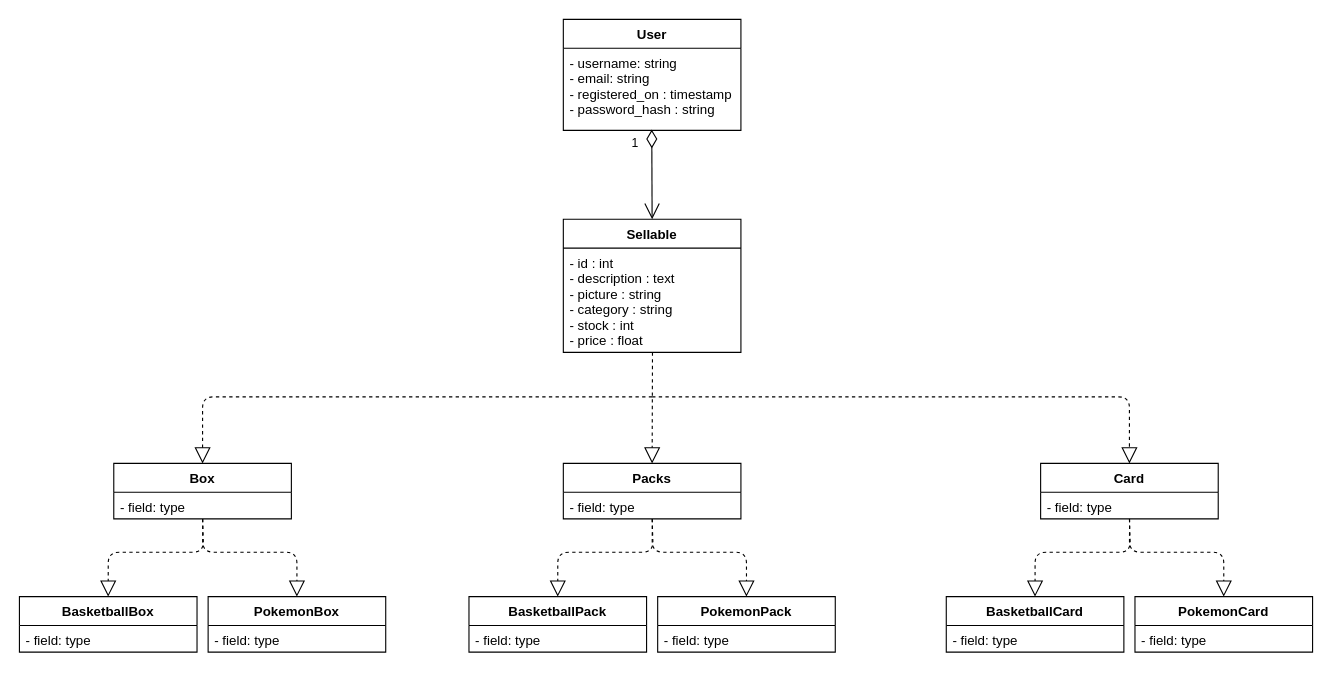
This is app/cabronis.drawio from victortrinh/cabronis-be, a draw.io file, before an edit. Source tidied: cells renumbered, new cells numbered last; positions are measured from the earlier drawing's top-left corner, leaving out a move shared by most shapes. Both pictures are drawn from the tidied source at 111%, with x=0, y=0 at pixel (19, 19).
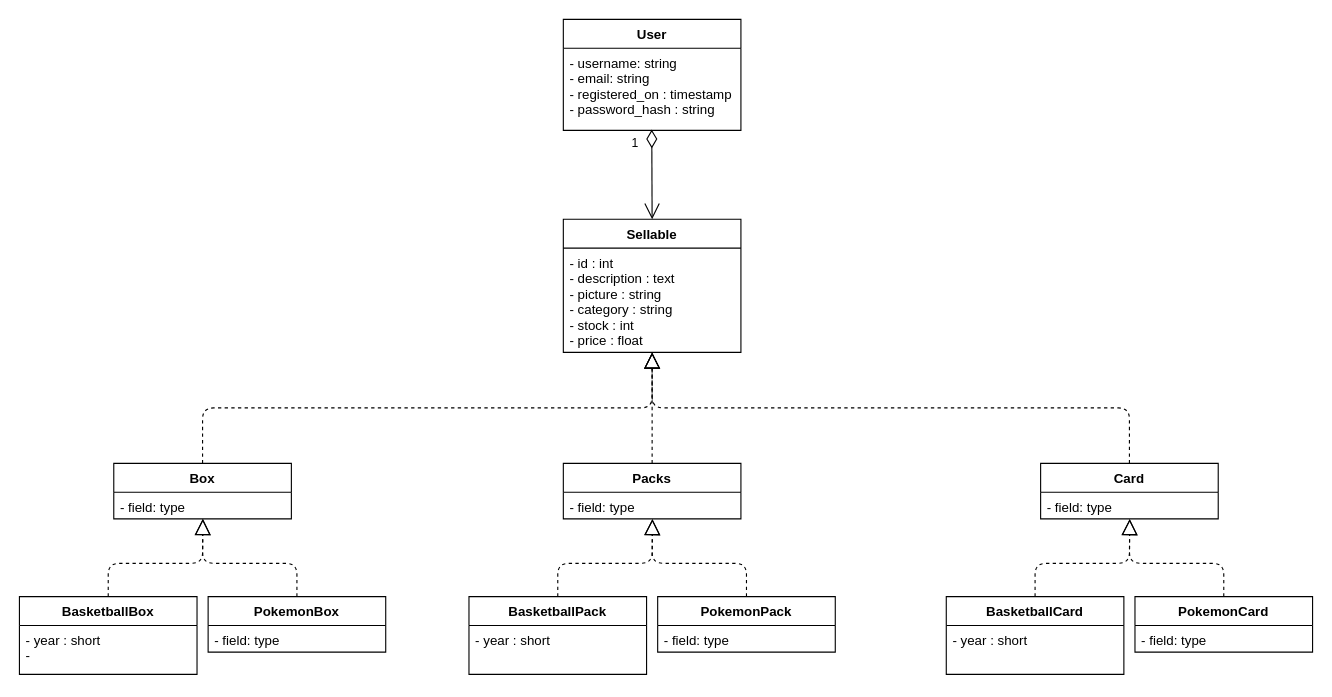
The same diagram, later.

Unchanged cells that the change refers to:
```xml
<mxCell id="2" value="Box" style="swimlane;fontStyle=1;align=center;verticalAlign=top;horizontal=1;startSize=26;" parent="1" vertex="1">
  <mxGeometry x="85" y="400" width="160" height="50" as="geometry" />
</mxCell>
<mxCell id="3" value="- field: type" style="text;strokeColor=none;fillColor=none;align=left;verticalAlign=top;spacingLeft=4;spacingRight=4;overflow=hidden;points=[[0,0.5],[1,0.5]];portConstraint=eastwest;" parent="2" vertex="1">
  <mxGeometry y="26" width="160" height="24" as="geometry" />
</mxCell>
<mxCell id="4" value="Card" style="swimlane;fontStyle=1;align=center;verticalAlign=top;horizontal=1;startSize=26;" parent="1" vertex="1">
  <mxGeometry x="920" y="400" width="160" height="50" as="geometry" />
</mxCell>
<mxCell id="5" value="- field: type" style="text;strokeColor=none;fillColor=none;align=left;verticalAlign=top;spacingLeft=4;spacingRight=4;overflow=hidden;points=[[0,0.5],[1,0.5]];portConstraint=eastwest;" parent="4" vertex="1">
  <mxGeometry y="26" width="160" height="24" as="geometry" />
</mxCell>
<mxCell id="7" value="- id : int&#10;- description : text&#10;- picture : string&#10;- category : string&#10;- stock : int&#10;- price : float" style="text;strokeColor=none;fillColor=none;align=left;verticalAlign=top;spacingLeft=4;spacingRight=4;overflow=hidden;points=[[0,0.5],[1,0.5]];portConstraint=eastwest;" parent="6" vertex="1">
  <mxGeometry y="26" width="160" height="94" as="geometry" />
</mxCell>
<mxCell id="8" value="Packs" style="swimlane;fontStyle=1;align=center;verticalAlign=top;horizontal=1;startSize=26;" parent="1" vertex="1">
  <mxGeometry x="490" y="400" width="160" height="50" as="geometry" />
</mxCell>
<mxCell id="12" value="PokemonBox" style="swimlane;fontStyle=1;align=center;verticalAlign=top;horizontal=1;startSize=26;" parent="1" vertex="1">
  <mxGeometry x="170" y="520" width="160" height="50" as="geometry" />
</mxCell>
<mxCell id="20" value="PokemonCard" style="swimlane;fontStyle=1;align=center;verticalAlign=top;horizontal=1;startSize=26;" parent="1" vertex="1">
  <mxGeometry x="1005" y="520" width="160" height="50" as="geometry" />
</mxCell>
```

Change to the diagram source:
```diff
@@
     <mxCell id="10" value="BasketballBox" style="swimlane;fontStyle=1;align=center;verticalAlign=top;horizontal=1;startSize=26;" parent="1" vertex="1">
-      <mxGeometry y="520" width="160" height="50" as="geometry" />
+      <mxGeometry y="520" width="160" height="70" as="geometry" />
     </mxCell>
-    <mxCell id="11" value="- field: type" style="text;strokeColor=none;fillColor=none;align=left;verticalAlign=top;spacingLeft=4;spacingRight=4;overflow=hidden;" parent="10" vertex="1">
-      <mxGeometry y="26" width="160" height="24" as="geometry" />
+    <mxCell id="11" value="- year : short&#10;- " style="text;strokeColor=none;fillColor=none;align=left;verticalAlign=top;spacingLeft=4;spacingRight=4;overflow=hidden;" parent="10" vertex="1">
+      <mxGeometry y="26" width="160" height="44" as="geometry" />
     </mxCell>
@@
     <mxCell id="14" value="BasketballPack" style="swimlane;fontStyle=1;align=center;verticalAlign=top;horizontal=1;startSize=26;" parent="1" vertex="1">
-      <mxGeometry x="405" y="520" width="160" height="50" as="geometry" />
+      <mxGeometry x="405" y="520" width="160" height="70" as="geometry" />
     </mxCell>
-    <mxCell id="15" value="- field: type" style="text;strokeColor=none;fillColor=none;align=left;verticalAlign=top;spacingLeft=4;spacingRight=4;overflow=hidden;" parent="14" vertex="1">
-      <mxGeometry y="26" width="160" height="24" as="geometry" />
+    <mxCell id="15" value="- year : short" style="text;strokeColor=none;fillColor=none;align=left;verticalAlign=top;spacingLeft=4;spacingRight=4;overflow=hidden;" parent="14" vertex="1">
+      <mxGeometry y="26" width="160" height="44" as="geometry" />
     </mxCell>
@@
     <mxCell id="18" value="BasketballCard" style="swimlane;fontStyle=1;align=center;verticalAlign=top;horizontal=1;startSize=26;" parent="1" vertex="1">
-      <mxGeometry x="835" y="520" width="160" height="50" as="geometry" />
+      <mxGeometry x="835" y="520" width="160" height="70" as="geometry" />
     </mxCell>
-    <mxCell id="19" value="- field: type" style="text;strokeColor=none;fillColor=none;align=left;verticalAlign=top;spacingLeft=4;spacingRight=4;overflow=hidden;" parent="18" vertex="1">
-      <mxGeometry y="26" width="160" height="24" as="geometry" />
+    <mxCell id="19" value="- year : short" style="text;strokeColor=none;fillColor=none;align=left;verticalAlign=top;spacingLeft=4;spacingRight=4;overflow=hidden;" parent="18" vertex="1">
+      <mxGeometry y="26" width="160" height="44" as="geometry" />
     </mxCell>
@@
-    <mxCell id="25" style="endArrow=block;dashed=1;endFill=0;endSize=12;html=1;entryX=0.5;entryY=0;entryDx=0;entryDy=0;exitX=0.502;exitY=1.001;exitDx=0;exitDy=0;exitPerimeter=0;" parent="1" edge="1" source="7" target="8">
+    <mxCell id="25" style="endArrow=block;dashed=1;endFill=0;endSize=12;html=1;exitX=0.5;exitY=0;exitDx=0;exitDy=0;" parent="1" edge="1" source="8" target="7">
       <mxGeometry relative="1" as="geometry" />
     </mxCell>
-    <mxCell id="26" style="endArrow=block;dashed=1;endFill=0;endSize=12;html=1;entryX=0.5;entryY=0;entryDx=0;entryDy=0;" parent="1" edge="1" target="4">
-      <mxGeometry relative="1" as="geometry">
-        <mxPoint x="570" y="340" as="sourcePoint" />
-        <Array as="points">
-          <mxPoint x="1000" y="340" />
-        </Array>
-      </mxGeometry>
-    </mxCell>
-    <mxCell id="27" style="endArrow=block;dashed=1;endFill=0;endSize=12;html=1;entryX=0.5;entryY=0;entryDx=0;entryDy=0;" parent="1" edge="1" target="2">
-      <mxGeometry relative="1" as="geometry">
-        <mxPoint x="570" y="340" as="sourcePoint" />
-        <Array as="points">
-          <mxPoint x="165" y="340" />
-        </Array>
-      </mxGeometry>
-    </mxCell>
-    <mxCell id="28" style="endArrow=block;dashed=1;endFill=0;endSize=12;html=1;entryX=0.5;entryY=0;entryDx=0;entryDy=0;exitX=0.501;exitY=1.003;exitDx=0;exitDy=0;exitPerimeter=0;" parent="1" edge="1" source="5" target="20">
-      <mxGeometry relative="1" as="geometry">
-        <Array as="points">
-          <mxPoint x="1000" y="480" />
-          <mxPoint x="1085" y="480" />
-        </Array>
-      </mxGeometry>
-    </mxCell>
-    <mxCell id="29" style="endArrow=block;dashed=1;endFill=0;endSize=12;html=1;entryX=0.5;entryY=0;entryDx=0;entryDy=0;exitX=0.5;exitY=0.998;exitDx=0;exitDy=0;exitPerimeter=0;" parent="1" edge="1" source="5" target="18">
-      <mxGeometry relative="1" as="geometry">
-        <Array as="points">
-          <mxPoint x="1001" y="480" />
-          <mxPoint x="915" y="480" />
-        </Array>
-      </mxGeometry>
-    </mxCell>
-    <mxCell id="30" style="endArrow=block;dashed=1;endFill=0;endSize=12;html=1;entryX=0.5;entryY=0;entryDx=0;entryDy=0;exitX=0.501;exitY=1.003;exitDx=0;exitDy=0;exitPerimeter=0;" parent="1" edge="1">
-      <mxGeometry relative="1" as="geometry">
-        <mxPoint x="570.2" y="450.1" as="sourcePoint" />
-        <mxPoint x="655" y="520" as="targetPoint" />
-        <Array as="points">
-          <mxPoint x="570" y="480" />
-          <mxPoint x="655" y="480" />
-        </Array>
-      </mxGeometry>
-    </mxCell>
-    <mxCell id="31" style="endArrow=block;dashed=1;endFill=0;endSize=12;html=1;entryX=0.5;entryY=0;entryDx=0;entryDy=0;exitX=0.5;exitY=0.998;exitDx=0;exitDy=0;exitPerimeter=0;" parent="1" edge="1">
-      <mxGeometry relative="1" as="geometry">
-        <mxPoint x="570" y="450" as="sourcePoint" />
-        <mxPoint x="485" y="520" as="targetPoint" />
-        <Array as="points">
-          <mxPoint x="571" y="480" />
-          <mxPoint x="485" y="480" />
-        </Array>
-      </mxGeometry>
-    </mxCell>
-    <mxCell id="32" style="endArrow=block;dashed=1;endFill=0;endSize=12;html=1;entryX=0.5;entryY=0;entryDx=0;entryDy=0;exitX=0.501;exitY=1.003;exitDx=0;exitDy=0;exitPerimeter=0;" parent="1" edge="1">
+    <mxCell id="32" style="endArrow=block;dashed=1;endFill=0;endSize=12;html=1;exitX=0.5;exitY=0;exitDx=0;exitDy=0;entryX=0.502;entryY=0.998;entryDx=0;entryDy=0;entryPerimeter=0;" parent="1" edge="1" source="12" target="3">
       <mxGeometry relative="1" as="geometry">
-        <mxPoint x="165.2" y="450.1" as="sourcePoint" />
-        <mxPoint x="250" y="520" as="targetPoint" />
         <Array as="points">
-          <mxPoint x="165" y="480" />
-          <mxPoint x="250" y="480" />
+          <mxPoint x="250" y="490" />
+          <mxPoint x="165" y="490" />
         </Array>
       </mxGeometry>
     </mxCell>
-    <mxCell id="33" style="endArrow=block;dashed=1;endFill=0;endSize=12;html=1;entryX=0.5;entryY=0;entryDx=0;entryDy=0;exitX=0.5;exitY=0.998;exitDx=0;exitDy=0;exitPerimeter=0;" parent="1" edge="1">
-      <mxGeometry relative="1" as="geometry">
-        <mxPoint x="165" y="450" as="sourcePoint" />
-        <mxPoint x="80" y="520" as="targetPoint" />
-        <Array as="points">
-          <mxPoint x="166" y="480" />
-          <mxPoint x="80" y="480" />
-        </Array>
-      </mxGeometry>
-    </mxCell>
+    <mxCell id="34" style="endArrow=block;dashed=1;endFill=0;endSize=12;html=1;exitX=0.5;exitY=0;exitDx=0;exitDy=0;" parent="1" edge="1" source="4">
+      <mxGeometry relative="1" as="geometry">
+        <mxPoint x="570" y="300" as="targetPoint" />
+        <Array as="points">
+          <mxPoint x="1000" y="350" />
+          <mxPoint x="570" y="350" />
+        </Array>
+      </mxGeometry>
+    </mxCell>
+    <mxCell id="35" style="endArrow=block;dashed=1;endFill=0;endSize=12;html=1;exitX=0.5;exitY=0;exitDx=0;exitDy=0;" parent="1" edge="1" source="2">
+      <mxGeometry relative="1" as="geometry">
+        <mxPoint x="570" y="300" as="targetPoint" />
+        <Array as="points">
+          <mxPoint x="165" y="350" />
+          <mxPoint x="570" y="350" />
+        </Array>
+      </mxGeometry>
+    </mxCell>
+    <mxCell id="36" style="endArrow=block;dashed=1;endFill=0;endSize=12;html=1;exitX=0.5;exitY=0;exitDx=0;exitDy=0;entryX=0.501;entryY=1.005;entryDx=0;entryDy=0;entryPerimeter=0;" parent="1" edge="1" source="10" target="3">
+      <mxGeometry relative="1" as="geometry">
+        <Array as="points">
+          <mxPoint x="80" y="490" />
+          <mxPoint x="165" y="490" />
+        </Array>
+      </mxGeometry>
+    </mxCell>
+    <mxCell id="37" style="endArrow=block;dashed=1;endFill=0;endSize=12;html=1;exitX=0.5;exitY=0;exitDx=0;exitDy=0;entryX=0.502;entryY=0.998;entryDx=0;entryDy=0;entryPerimeter=0;" parent="1" edge="1">
+      <mxGeometry relative="1" as="geometry">
+        <mxPoint x="655" y="520" as="sourcePoint" />
+        <mxPoint x="570.3" y="450" as="targetPoint" />
+        <Array as="points">
+          <mxPoint x="655" y="490" />
+          <mxPoint x="570" y="490" />
+        </Array>
+      </mxGeometry>
+    </mxCell>
+    <mxCell id="38" style="endArrow=block;dashed=1;endFill=0;endSize=12;html=1;exitX=0.5;exitY=0;exitDx=0;exitDy=0;entryX=0.501;entryY=1.005;entryDx=0;entryDy=0;entryPerimeter=0;" parent="1" edge="1">
+      <mxGeometry relative="1" as="geometry">
+        <mxPoint x="485" y="520" as="sourcePoint" />
+        <mxPoint x="570.2" y="450.2" as="targetPoint" />
+        <Array as="points">
+          <mxPoint x="485" y="490" />
+          <mxPoint x="570" y="490" />
+        </Array>
+      </mxGeometry>
+    </mxCell>
+    <mxCell id="39" style="endArrow=block;dashed=1;endFill=0;endSize=12;html=1;exitX=0.5;exitY=0;exitDx=0;exitDy=0;entryX=0.502;entryY=0.998;entryDx=0;entryDy=0;entryPerimeter=0;" parent="1" edge="1">
+      <mxGeometry relative="1" as="geometry">
+        <mxPoint x="1085" y="520" as="sourcePoint" />
+        <mxPoint x="1000.3" y="450" as="targetPoint" />
+        <Array as="points">
+          <mxPoint x="1085" y="490" />
+          <mxPoint x="1000" y="490" />
+        </Array>
+      </mxGeometry>
+    </mxCell>
+    <mxCell id="40" style="endArrow=block;dashed=1;endFill=0;endSize=12;html=1;exitX=0.5;exitY=0;exitDx=0;exitDy=0;entryX=0.501;entryY=1.005;entryDx=0;entryDy=0;entryPerimeter=0;" parent="1" edge="1">
+      <mxGeometry relative="1" as="geometry">
+        <mxPoint x="915" y="520" as="sourcePoint" />
+        <mxPoint x="1000.2" y="450.2" as="targetPoint" />
+        <Array as="points">
+          <mxPoint x="915" y="490" />
+          <mxPoint x="1000" y="490" />
+        </Array>
+      </mxGeometry>
+    </mxCell>
```
